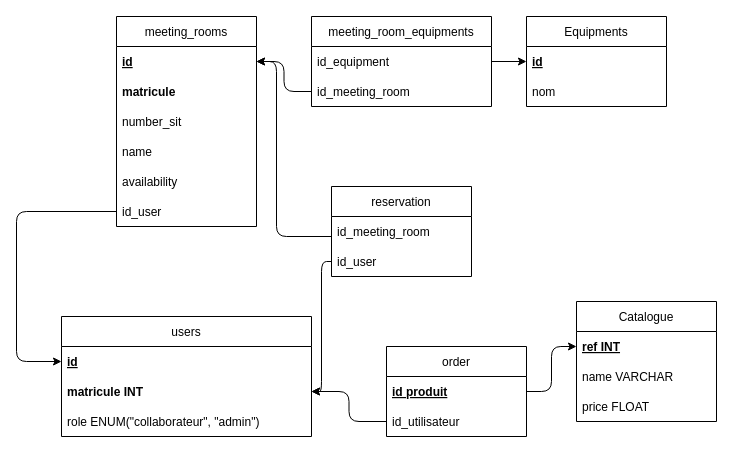
The draw.io diagram jour1/11-06-mld.drawio in webdevproformation/conception-bdd-doranco-dec2022, before the edit. Source tidied: cells renumbered, new cells numbered last; positions are measured from the earlier drawing's top-left corner, leaving out a move shared by most shapes. Both pictures are drawn from the tidied source at 100%, with x=0, y=0 at pixel (16, 16).
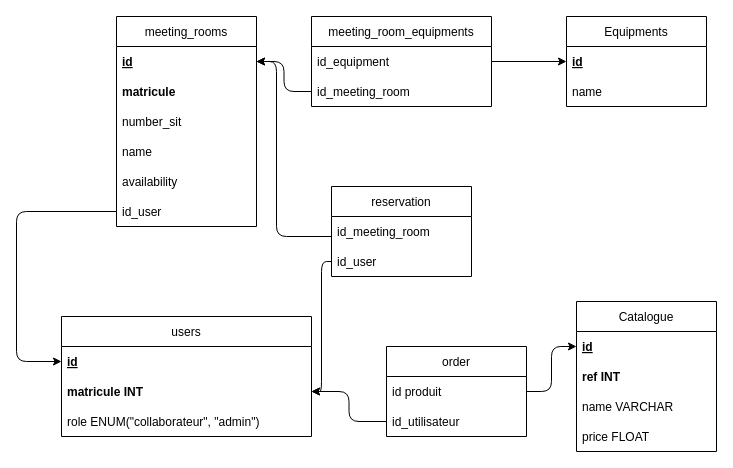
The same diagram, later.

The change refers to these unchanged cells:
```xml
<mxCell id="25" value="order" style="swimlane;fontStyle=0;horizontal=1;startSize=30;" parent="1" vertex="1">
  <mxGeometry x="370" y="330" width="140" height="90" as="geometry" />
</mxCell>
```

What changed in the source:
```diff
@@
     <mxCell id="9" value="Equipments" style="swimlane;fontStyle=0;horizontal=1;startSize=30;" parent="1" vertex="1">
-      <mxGeometry x="510" width="140" height="90" as="geometry" />
+      <mxGeometry x="550" width="140" height="90" as="geometry" />
     </mxCell>
@@
-    <mxCell id="11" value="nom" style="text;strokeColor=none;fillColor=none;align=left;verticalAlign=middle;spacingLeft=4;spacingRight=4;overflow=hidden;" parent="9" vertex="1">
+    <mxCell id="11" value="name" style="text;strokeColor=none;fillColor=none;align=left;verticalAlign=middle;spacingLeft=4;spacingRight=4;overflow=hidden;" parent="9" vertex="1">
       <mxGeometry y="60" width="140" height="30" as="geometry" />
     </mxCell>
@@
     <mxCell id="16" value="Catalogue" style="swimlane;fontStyle=0;horizontal=1;startSize=30;" parent="1" vertex="1">
-      <mxGeometry x="560" y="285" width="140" height="120" as="geometry" />
+      <mxGeometry x="560" y="285" width="140" height="150" as="geometry" />
     </mxCell>
+    <mxCell id="36" value="id" style="text;strokeColor=none;fillColor=none;align=left;verticalAlign=middle;spacingLeft=4;spacingRight=4;overflow=hidden;points=[[0,0.5],[1,0.5]];portConstraint=eastwest;fontStyle=5;" parent="16" vertex="1">
+      <mxGeometry y="30" width="140" height="30" as="geometry" />
+    </mxCell>
-    <mxCell id="17" value="ref INT" style="text;strokeColor=none;fillColor=none;align=left;verticalAlign=middle;spacingLeft=4;spacingRight=4;overflow=hidden;points=[[0,0.5],[1,0.5]];portConstraint=eastwest;fontStyle=5;" parent="16" vertex="1">
-      <mxGeometry y="30" width="140" height="30" as="geometry" />
+    <mxCell id="17" value="ref INT" style="text;strokeColor=none;fillColor=none;align=left;verticalAlign=middle;spacingLeft=4;spacingRight=4;overflow=hidden;points=[[0,0.5],[1,0.5]];portConstraint=eastwest;fontStyle=1;" parent="16" vertex="1">
+      <mxGeometry y="60" width="140" height="30" as="geometry" />
     </mxCell>
     <mxCell id="18" value="name VARCHAR " style="text;strokeColor=none;fillColor=none;align=left;verticalAlign=middle;spacingLeft=4;spacingRight=4;overflow=hidden;" parent="16" vertex="1">
-      <mxGeometry y="60" width="140" height="30" as="geometry" />
+      <mxGeometry y="90" width="140" height="30" as="geometry" />
     </mxCell>
     <mxCell id="19" value="price FLOAT" style="text;strokeColor=none;fillColor=none;align=left;verticalAlign=middle;spacingLeft=4;spacingRight=4;overflow=hidden;" parent="16" vertex="1">
-      <mxGeometry y="90" width="140" height="30" as="geometry" />
+      <mxGeometry y="120" width="140" height="30" as="geometry" />
     </mxCell>
@@
-    <mxCell id="26" value="id produit" style="text;strokeColor=none;fillColor=none;align=left;verticalAlign=middle;spacingLeft=4;spacingRight=4;overflow=hidden;points=[[0,0.5],[1,0.5]];portConstraint=eastwest;fontStyle=5;" parent="25" vertex="1">
+    <mxCell id="26" value="id produit" style="text;strokeColor=none;fillColor=none;align=left;verticalAlign=middle;spacingLeft=4;spacingRight=4;overflow=hidden;points=[[0,0.5],[1,0.5]];portConstraint=eastwest;fontStyle=0;" parent="25" vertex="1">
       <mxGeometry y="30" width="140" height="30" as="geometry" />
     </mxCell>
@@
-    <mxCell id="28" style="edgeStyle=orthogonalEdgeStyle;html=1;entryX=0;entryY=0.5;entryDx=0;entryDy=0;" parent="1" edge="1" source="26" target="17">
+    <mxCell id="28" style="edgeStyle=orthogonalEdgeStyle;html=1;entryX=0;entryY=0.5;entryDx=0;entryDy=0;" parent="1" edge="1" source="26" target="36">
       <mxGeometry relative="1" as="geometry" />
     </mxCell>
```
